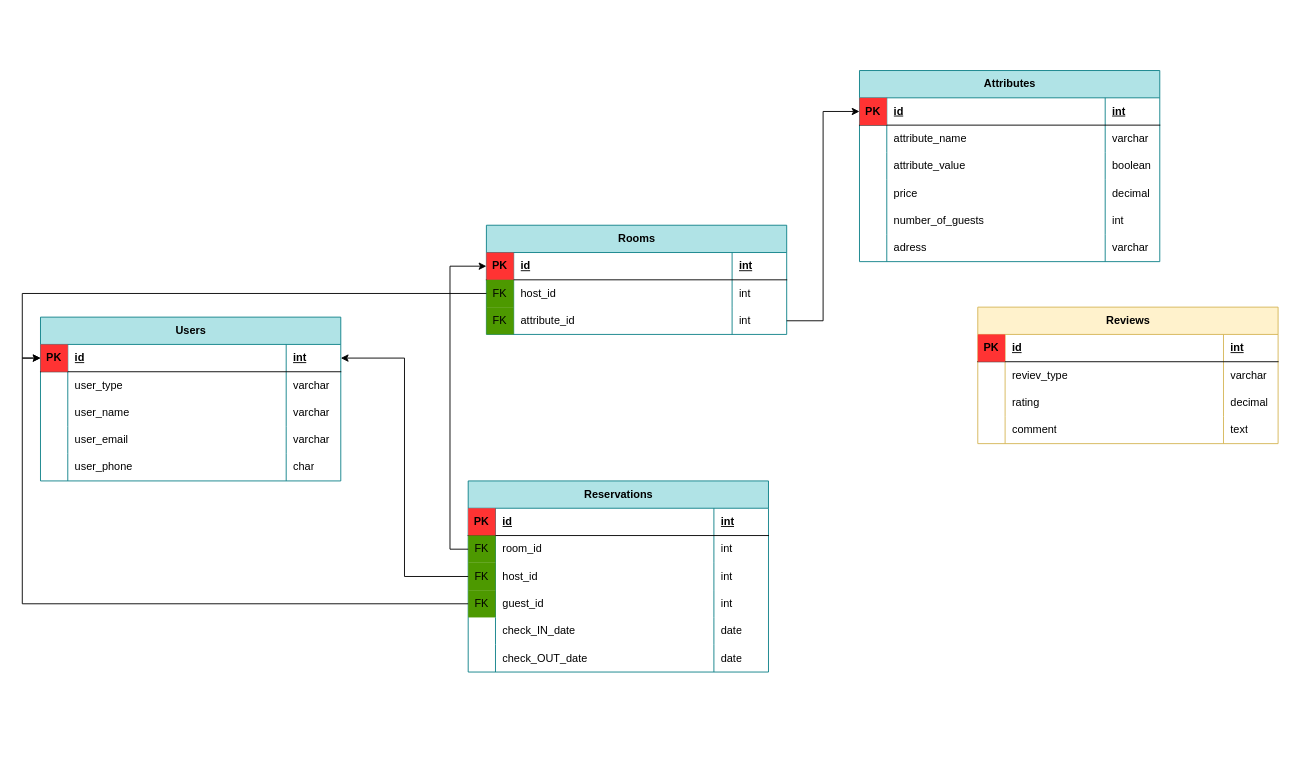
This is airbnb_diagram.drawio from Olha-Zhernosek/projector_homeworks, a draw.io file, before an edit. Source tidied: cells renumbered, new cells numbered last; positions are measured from the earlier drawing's top-left corner, leaving out a move shared by most shapes. Both pictures are drawn from the tidied source at 91%, with x=0, y=0 at pixel (40, 70).
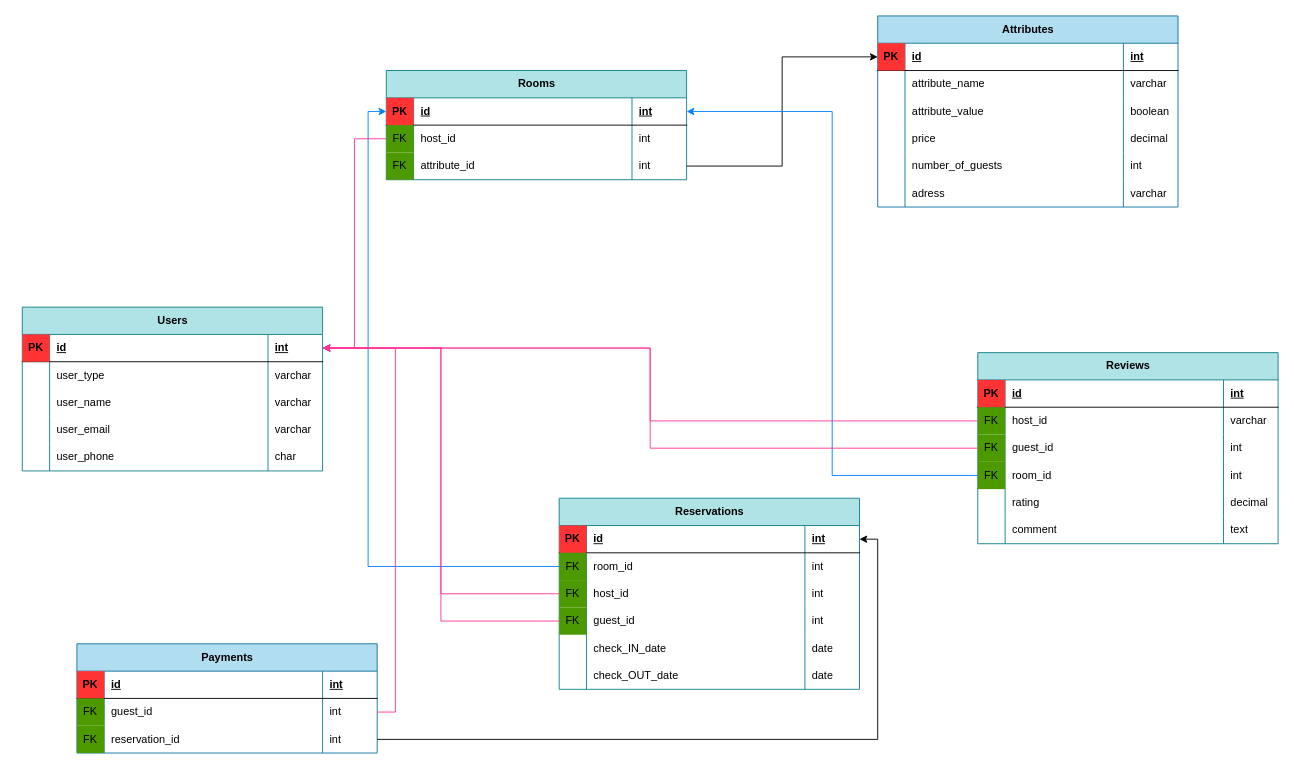
Above is the later version.

Unchanged cells that the change refers to:
```xml
<mxCell id="3" style="shape=tableRow;horizontal=0;startSize=0;swimlaneHead=0;swimlaneBody=0;fillColor=none;points=[[0,0.5],[1,0.5]];portConstraint=eastwest;top=0;left=0;right=0;bottom=1;" parent="2" vertex="1">
  <mxGeometry y="30" width="330" height="30" as="geometry" />
</mxCell>
<mxCell id="28" style="shape=tableRow;horizontal=0;startSize=0;swimlaneHead=0;swimlaneBody=0;fillColor=none;points=[[0,0.5],[1,0.5]];portConstraint=eastwest;top=0;left=0;right=0;bottom=0;" parent="23" vertex="1">
  <mxGeometry y="60" width="330" height="30" as="geometry" />
</mxCell>
<mxCell id="41" style="shape=tableRow;horizontal=0;startSize=0;swimlaneHead=0;swimlaneBody=0;fillColor=none;points=[[0,0.5],[1,0.5]];portConstraint=eastwest;top=0;left=0;right=0;bottom=1;" parent="40" vertex="1">
  <mxGeometry y="30" width="330" height="30" as="geometry" />
</mxCell>
<mxCell id="45" style="shape=tableRow;horizontal=0;startSize=0;swimlaneHead=0;swimlaneBody=0;fillColor=none;points=[[0,0.5],[1,0.5]];portConstraint=eastwest;top=0;left=0;right=0;bottom=0;" parent="40" vertex="1">
  <mxGeometry y="60" width="330" height="30" as="geometry" />
</mxCell>
<mxCell id="49" style="shape=tableRow;horizontal=0;startSize=0;swimlaneHead=0;swimlaneBody=0;fillColor=none;points=[[0,0.5],[1,0.5]];portConstraint=eastwest;top=0;left=0;right=0;bottom=0;" parent="40" vertex="1">
  <mxGeometry y="90" width="330" height="30" as="geometry" />
</mxCell>
<mxCell id="53" style="shape=tableRow;horizontal=0;startSize=0;swimlaneHead=0;swimlaneBody=0;fillColor=none;points=[[0,0.5],[1,0.5]];portConstraint=eastwest;top=0;left=0;right=0;bottom=0;" parent="40" vertex="1">
  <mxGeometry y="120" width="330" height="30" as="geometry" />
</mxCell>
<mxCell id="66" style="shape=tableRow;horizontal=0;startSize=0;swimlaneHead=0;swimlaneBody=0;fillColor=none;points=[[0,0.5],[1,0.5]];portConstraint=eastwest;top=0;left=0;right=0;bottom=1;" parent="65" vertex="1">
  <mxGeometry y="30" width="330" height="30" as="geometry" />
</mxCell>
<mxCell id="70" style="shape=tableRow;horizontal=0;startSize=0;swimlaneHead=0;swimlaneBody=0;fillColor=none;points=[[0,0.5],[1,0.5]];portConstraint=eastwest;top=0;left=0;right=0;bottom=0;" parent="65" vertex="1">
  <mxGeometry y="60" width="330" height="30" as="geometry" />
</mxCell>
```

Change to the diagram source:
```diff
@@
     <mxCell id="2" value="Users" style="shape=table;startSize=30;childLayout=tableLayout;rowLines=0;fontStyle=1;align=center;html=1;fillColor=#b0e3e6;strokeColor=#0e8088;" parent="1" vertex="1">
-      <mxGeometry y="271" width="330" height="180" as="geometry" />
+      <mxGeometry x="-20" y="260" width="330" height="180" as="geometry" />
     </mxCell>
@@
-    <mxCell id="23" value="Reviews" style="shape=table;startSize=30;childLayout=tableLayout;rowLines=0;fontStyle=1;align=center;html=1;fillColor=#fff2cc;strokeColor=#d6b656;" parent="1" vertex="1">
-      <mxGeometry x="1030" y="260" width="330" height="150" as="geometry" />
+    <mxCell id="23" value="Reviews" style="shape=table;startSize=30;childLayout=tableLayout;rowLines=0;fontStyle=1;align=center;html=1;fillColor=#b0e3e6;strokeColor=#0e8088;" parent="1" vertex="1">
+      <mxGeometry x="1030" y="310" width="330" height="210" as="geometry" />
     </mxCell>
@@
-    <mxCell id="29" style="shape=partialRectangle;fillColor=none;top=0;left=0;bottom=0;right=0;overflow=hidden;whiteSpace=wrap;html=1;" parent="28" vertex="1">
+    <mxCell id="29" value="FK" style="shape=partialRectangle;fillColor=#4D9900;top=0;left=0;bottom=0;right=0;overflow=hidden;whiteSpace=wrap;html=1;" parent="28" vertex="1">
       <mxGeometry width="30" height="30" as="geometry" />
     </mxCell>
-    <mxCell id="30" value="reviev_type" style="shape=partialRectangle;fillColor=none;top=0;left=0;bottom=0;right=0;align=left;spacingLeft=6;overflow=hidden;whiteSpace=wrap;html=1;" parent="28" vertex="1">
+    <mxCell id="30" value="host_id" style="shape=partialRectangle;fillColor=none;top=0;left=0;bottom=0;right=0;align=left;spacingLeft=6;overflow=hidden;whiteSpace=wrap;html=1;" parent="28" vertex="1">
       <mxGeometry x="30" width="240" height="30" as="geometry" />
     </mxCell>
@@
+    <mxCell id="108" style="shape=tableRow;horizontal=0;startSize=0;swimlaneHead=0;swimlaneBody=0;fillColor=none;points=[[0,0.5],[1,0.5]];portConstraint=eastwest;top=0;left=0;right=0;bottom=0;" parent="23" vertex="1">
+      <mxGeometry y="90" width="330" height="30" as="geometry" />
+    </mxCell>
+    <mxCell id="109" value="FK" style="shape=partialRectangle;fillColor=#4D9900;top=0;left=0;bottom=0;right=0;overflow=hidden;whiteSpace=wrap;html=1;" parent="108" vertex="1">
+      <mxGeometry width="30" height="30" as="geometry" />
+    </mxCell>
+    <mxCell id="110" value="guest_id" style="shape=partialRectangle;fillColor=none;top=0;left=0;bottom=0;right=0;align=left;spacingLeft=6;overflow=hidden;whiteSpace=wrap;html=1;" parent="108" vertex="1">
+      <mxGeometry x="30" width="240" height="30" as="geometry" />
+    </mxCell>
+    <mxCell id="111" value="int" style="shape=partialRectangle;fillColor=none;top=0;left=0;bottom=0;right=0;align=left;spacingLeft=6;overflow=hidden;whiteSpace=wrap;html=1;" parent="108" vertex="1">
+      <mxGeometry x="270" width="60" height="30" as="geometry" />
+    </mxCell>
+    <mxCell id="112" style="shape=tableRow;horizontal=0;startSize=0;swimlaneHead=0;swimlaneBody=0;fillColor=none;points=[[0,0.5],[1,0.5]];portConstraint=eastwest;top=0;left=0;right=0;bottom=0;" parent="23" vertex="1">
+      <mxGeometry y="120" width="330" height="30" as="geometry" />
+    </mxCell>
+    <mxCell id="113" value="FK" style="shape=partialRectangle;fillColor=#4D9900;top=0;left=0;bottom=0;right=0;overflow=hidden;whiteSpace=wrap;html=1;" parent="112" vertex="1">
+      <mxGeometry width="30" height="30" as="geometry" />
+    </mxCell>
+    <mxCell id="114" value="room_id" style="shape=partialRectangle;fillColor=none;top=0;left=0;bottom=0;right=0;align=left;spacingLeft=6;overflow=hidden;whiteSpace=wrap;html=1;" parent="112" vertex="1">
+      <mxGeometry x="30" width="240" height="30" as="geometry" />
+    </mxCell>
+    <mxCell id="115" value="int" style="shape=partialRectangle;fillColor=none;top=0;left=0;bottom=0;right=0;align=left;spacingLeft=6;overflow=hidden;whiteSpace=wrap;html=1;" parent="112" vertex="1">
+      <mxGeometry x="270" width="60" height="30" as="geometry" />
+    </mxCell>
     <mxCell id="32" style="shape=tableRow;horizontal=0;startSize=0;swimlaneHead=0;swimlaneBody=0;fillColor=none;top=0;left=0;right=0;bottom=0;" parent="23" vertex="1">
-      <mxGeometry y="90" width="330" height="30" as="geometry" />
+      <mxGeometry y="150" width="330" height="30" as="geometry" />
     </mxCell>
@@
     <mxCell id="36" style="shape=tableRow;horizontal=0;startSize=0;swimlaneHead=0;swimlaneBody=0;fillColor=none;top=0;left=0;right=0;bottom=0;" parent="23" vertex="1">
-      <mxGeometry y="120" width="330" height="30" as="geometry" />
+      <mxGeometry y="180" width="330" height="30" as="geometry" />
     </mxCell>
@@
     <mxCell id="40" value="Reservations" style="shape=table;startSize=30;childLayout=tableLayout;rowLines=0;fontStyle=1;align=center;html=1;fillColor=#b0e3e6;strokeColor=#0e8088;" parent="1" vertex="1">
-      <mxGeometry x="470" y="451" width="330" height="210" as="geometry" />
+      <mxGeometry x="570" y="470" width="330" height="210" as="geometry" />
     </mxCell>
@@
     <mxCell id="65" value="Rooms" style="shape=table;startSize=30;childLayout=tableLayout;rowLines=0;fontStyle=1;align=center;html=1;fillColor=#b0e3e6;strokeColor=#0e8088;" parent="1" vertex="1">
-      <mxGeometry x="490" y="170" width="330" height="120" as="geometry" />
+      <mxGeometry x="380" width="330" height="120" as="geometry" />
     </mxCell>
@@
-    <mxCell id="78" value="Attributes" style="shape=table;startSize=30;childLayout=tableLayout;rowLines=0;fontStyle=1;align=center;html=1;fillColor=#b0e3e6;strokeColor=#0e8088;" parent="1" vertex="1">
-      <mxGeometry x="900" width="330" height="210" as="geometry" />
+    <mxCell id="78" value="Attributes" style="shape=table;startSize=30;childLayout=tableLayout;rowLines=0;fontStyle=1;align=center;html=1;fillColor=#b1ddf0;strokeColor=#10739e;" parent="1" vertex="1">
+      <mxGeometry x="920" y="-60" width="330" height="210" as="geometry" />
     </mxCell>
@@
-    <mxCell id="103" style="edgeStyle=orthogonalEdgeStyle;rounded=0;jettySize=auto;html=1;exitX=0;exitY=0.5;exitDx=0;exitDy=0;entryX=0;entryY=0.5;entryDx=0;entryDy=0;" parent="1" edge="1" source="70" target="3">
-      <mxGeometry relative="1" as="geometry" />
-    </mxCell>
-    <mxCell id="104" style="edgeStyle=orthogonalEdgeStyle;rounded=0;jettySize=auto;html=1;exitX=0;exitY=0.5;exitDx=0;exitDy=0;entryX=0;entryY=0.5;entryDx=0;entryDy=0;" parent="1" edge="1" source="53" target="3">
-      <mxGeometry relative="1" as="geometry" />
-    </mxCell>
-    <mxCell id="105" style="edgeStyle=orthogonalEdgeStyle;rounded=0;jettySize=auto;html=1;exitX=0;exitY=0.5;exitDx=0;exitDy=0;entryX=0;entryY=0.5;entryDx=0;entryDy=0;" parent="1" edge="1" source="45" target="66">
+    <mxCell id="105" style="edgeStyle=orthogonalEdgeStyle;rounded=0;jettySize=auto;html=1;exitX=0;exitY=0.5;exitDx=0;exitDy=0;entryX=0;entryY=0.5;entryDx=0;entryDy=0;strokeColor=#007FFF;" parent="1" edge="1" source="45" target="66">
       <mxGeometry relative="1" as="geometry" />
     </mxCell>
@@
-    <mxCell id="107" style="edgeStyle=orthogonalEdgeStyle;rounded=0;jettySize=auto;html=1;exitX=0;exitY=0.5;exitDx=0;exitDy=0;entryX=1;entryY=0.5;entryDx=0;entryDy=0;" parent="1" edge="1" source="49" target="3">
+    <mxCell id="107" style="edgeStyle=orthogonalEdgeStyle;rounded=0;jettySize=auto;html=1;exitX=0;exitY=0.5;exitDx=0;exitDy=0;entryX=1;entryY=0.5;entryDx=0;entryDy=0;strokeColor=#FF3399;" parent="1" edge="1" source="49" target="3">
       <mxGeometry relative="1" as="geometry" />
     </mxCell>
+    <mxCell id="116" style="edgeStyle=orthogonalEdgeStyle;rounded=0;jettySize=auto;html=1;exitX=0;exitY=0.5;exitDx=0;exitDy=0;entryX=1;entryY=0.5;entryDx=0;entryDy=0;strokeColor=#FF3399;" parent="1" edge="1" source="28" target="3">
+      <mxGeometry relative="1" as="geometry" />
+    </mxCell>
+    <mxCell id="104" style="edgeStyle=orthogonalEdgeStyle;rounded=0;jettySize=auto;html=1;exitX=0;exitY=0.5;exitDx=0;exitDy=0;entryX=1;entryY=0.5;entryDx=0;entryDy=0;strokeColor=#FF3399;" parent="1" edge="1" source="53" target="3">
+      <mxGeometry relative="1" as="geometry" />
+    </mxCell>
+    <mxCell id="117" style="edgeStyle=orthogonalEdgeStyle;rounded=0;jettySize=auto;html=1;exitX=0;exitY=0.5;exitDx=0;exitDy=0;entryX=1;entryY=0.5;entryDx=0;entryDy=0;strokeColor=#FF3399;" parent="1" edge="1" source="108" target="3">
+      <mxGeometry relative="1" as="geometry" />
+    </mxCell>
+    <mxCell id="118" style="edgeStyle=orthogonalEdgeStyle;rounded=0;jettySize=auto;html=1;exitX=0;exitY=0.5;exitDx=0;exitDy=0;entryX=1;entryY=0.25;entryDx=0;entryDy=0;strokeColor=#FF3399;" parent="1" edge="1" source="70" target="2">
+      <mxGeometry relative="1" as="geometry" />
+    </mxCell>
+    <mxCell id="119" style="edgeStyle=orthogonalEdgeStyle;rounded=0;jettySize=auto;html=1;exitX=0;exitY=0.5;exitDx=0;exitDy=0;entryX=1;entryY=0.5;entryDx=0;entryDy=0;strokeColor=#007FFF;" parent="1" edge="1" source="112" target="66">
+      <mxGeometry relative="1" as="geometry" />
+    </mxCell>
+    <mxCell id="120" value="Payments" style="shape=table;startSize=30;childLayout=tableLayout;rowLines=0;fontStyle=1;align=center;html=1;fillColor=#b1ddf0;strokeColor=#10739e;" parent="1" vertex="1">
+      <mxGeometry x="40" y="630" width="330" height="120" as="geometry" />
+    </mxCell>
+    <mxCell id="121" style="shape=tableRow;horizontal=0;startSize=0;swimlaneHead=0;swimlaneBody=0;fillColor=none;top=0;left=0;right=0;bottom=1;" parent="120" vertex="1">
+      <mxGeometry y="30" width="330" height="30" as="geometry" />
+    </mxCell>
+    <mxCell id="122" value="PK" style="shape=partialRectangle;fillColor=#FF3333;top=0;left=0;bottom=0;right=0;fontStyle=1;overflow=hidden;whiteSpace=wrap;html=1;" parent="121" vertex="1">
+      <mxGeometry width="30" height="30" as="geometry" />
+    </mxCell>
+    <mxCell id="123" value="id" style="shape=partialRectangle;fillColor=none;top=0;left=0;bottom=0;right=0;align=left;spacingLeft=6;fontStyle=5;overflow=hidden;whiteSpace=wrap;html=1;" parent="121" vertex="1">
+      <mxGeometry x="30" width="240" height="30" as="geometry" />
+    </mxCell>
+    <mxCell id="124" value="int" style="shape=partialRectangle;fillColor=none;top=0;left=0;bottom=0;right=0;align=left;spacingLeft=6;fontStyle=5;overflow=hidden;whiteSpace=wrap;html=1;" parent="121" vertex="1">
+      <mxGeometry x="270" width="60" height="30" as="geometry" />
+    </mxCell>
+    <mxCell id="125" style="shape=tableRow;horizontal=0;startSize=0;swimlaneHead=0;swimlaneBody=0;fillColor=none;points=[[0,0.5],[1,0.5]];portConstraint=eastwest;top=0;left=0;right=0;bottom=0;" parent="120" vertex="1">
+      <mxGeometry y="60" width="330" height="30" as="geometry" />
+    </mxCell>
+    <mxCell id="126" value="FK" style="shape=partialRectangle;fillColor=#4D9900;top=0;left=0;bottom=0;right=0;overflow=hidden;whiteSpace=wrap;html=1;" parent="125" vertex="1">
+      <mxGeometry width="30" height="30" as="geometry" />
+    </mxCell>
+    <mxCell id="127" value="guest_id" style="shape=partialRectangle;fillColor=none;top=0;left=0;bottom=0;right=0;align=left;spacingLeft=6;overflow=hidden;whiteSpace=wrap;html=1;" parent="125" vertex="1">
+      <mxGeometry x="30" width="240" height="30" as="geometry" />
+    </mxCell>
+    <mxCell id="128" value="int" style="shape=partialRectangle;fillColor=none;top=0;left=0;bottom=0;right=0;align=left;spacingLeft=6;overflow=hidden;whiteSpace=wrap;html=1;" parent="125" vertex="1">
+      <mxGeometry x="270" width="60" height="30" as="geometry" />
+    </mxCell>
+    <mxCell id="129" style="shape=tableRow;horizontal=0;startSize=0;swimlaneHead=0;swimlaneBody=0;fillColor=none;points=[[0,0.5],[1,0.5]];portConstraint=eastwest;top=0;left=0;right=0;bottom=0;" parent="120" vertex="1">
+      <mxGeometry y="90" width="330" height="30" as="geometry" />
+    </mxCell>
+    <mxCell id="130" value="FK" style="shape=partialRectangle;fillColor=#4D9900;top=0;left=0;bottom=0;right=0;overflow=hidden;whiteSpace=wrap;html=1;" parent="129" vertex="1">
+      <mxGeometry width="30" height="30" as="geometry" />
+    </mxCell>
+    <mxCell id="131" value="reservation_id" style="shape=partialRectangle;fillColor=none;top=0;left=0;bottom=0;right=0;align=left;spacingLeft=6;overflow=hidden;whiteSpace=wrap;html=1;" parent="129" vertex="1">
+      <mxGeometry x="30" width="240" height="30" as="geometry" />
+    </mxCell>
+    <mxCell id="132" value="int" style="shape=partialRectangle;fillColor=none;top=0;left=0;bottom=0;right=0;align=left;spacingLeft=6;overflow=hidden;whiteSpace=wrap;html=1;" parent="129" vertex="1">
+      <mxGeometry x="270" width="60" height="30" as="geometry" />
+    </mxCell>
+    <mxCell id="133" style="edgeStyle=orthogonalEdgeStyle;rounded=0;jettySize=auto;html=1;exitX=1;exitY=0.5;exitDx=0;exitDy=0;entryX=1;entryY=0.5;entryDx=0;entryDy=0;strokeColor=#FF3399;" parent="1" edge="1" source="125" target="3">
+      <mxGeometry relative="1" as="geometry" />
+    </mxCell>
+    <mxCell id="134" style="edgeStyle=orthogonalEdgeStyle;rounded=0;jettySize=auto;html=1;exitX=1;exitY=0.5;exitDx=0;exitDy=0;entryX=1;entryY=0.5;entryDx=0;entryDy=0;" parent="1" edge="1" source="129" target="41">
+      <mxGeometry relative="1" as="geometry" />
+    </mxCell>
```
